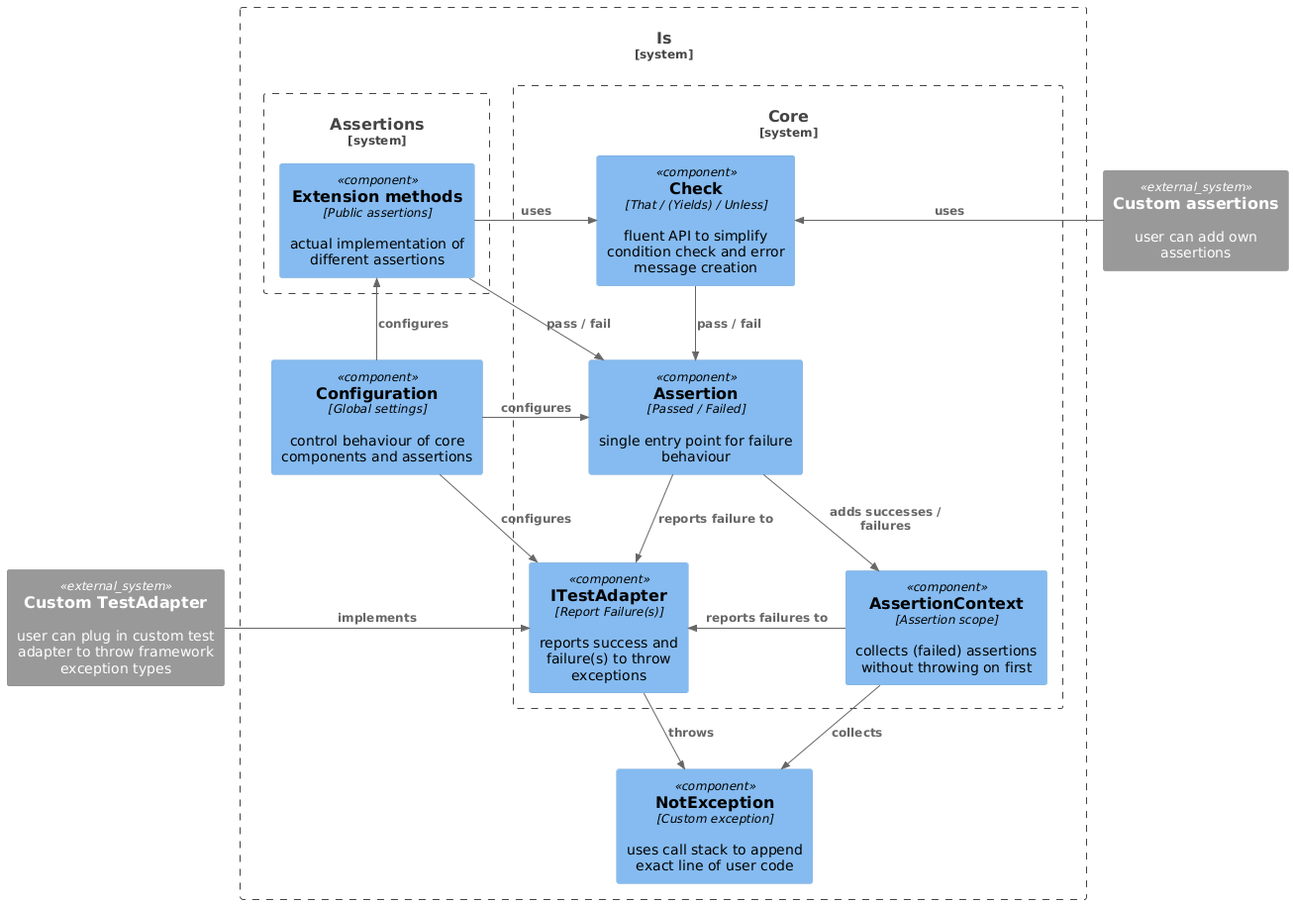
Earlier version of the PlantUML export Docs/Architecture.png (chrismo80/Is).
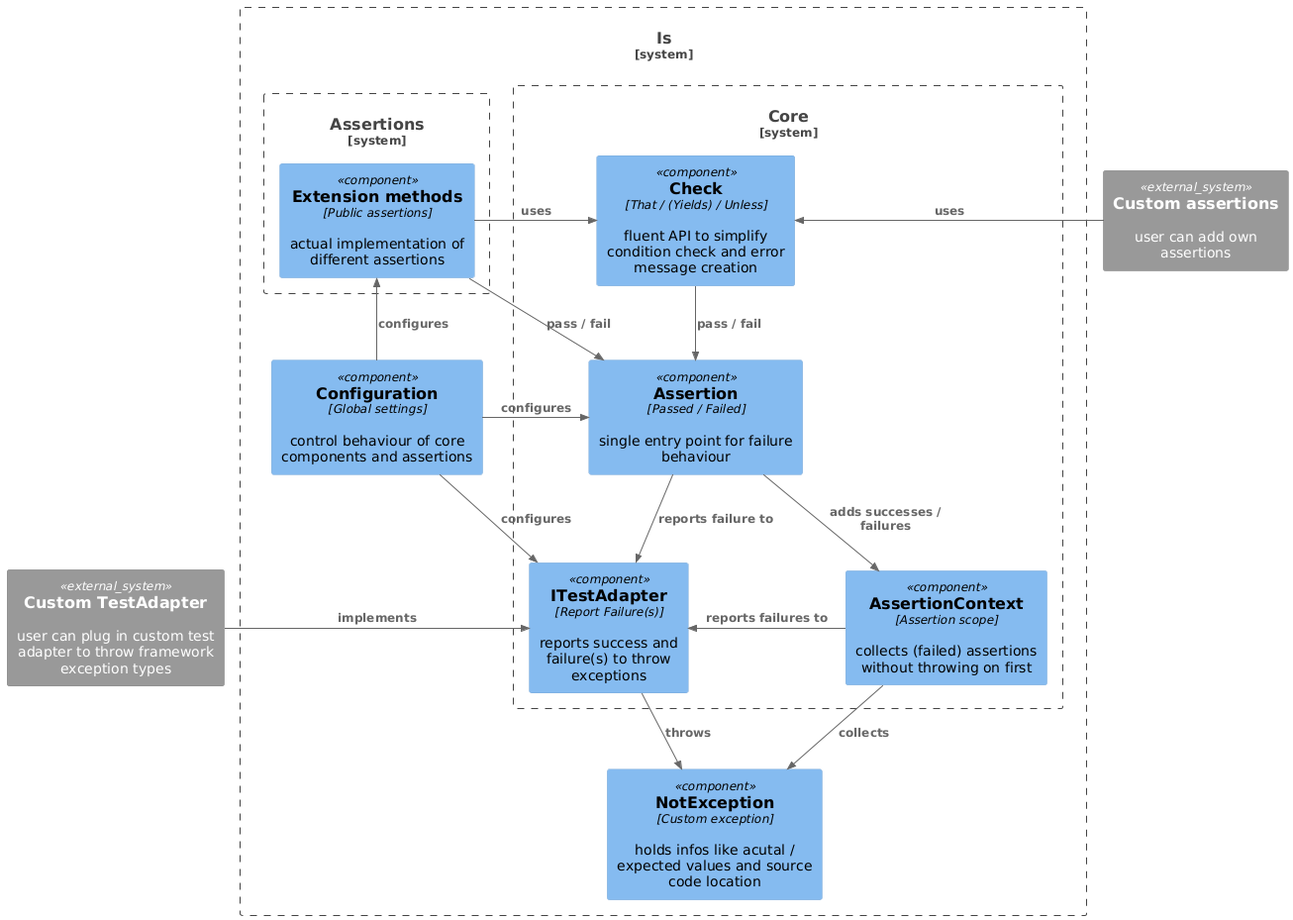
Later version of the same file.

Diff of the diagram source:
```diff
@@ -7,7 +7,7 @@
 System_Ext(cta, "Custom TestAdapter", "user can plug in custom test adapter to throw framework exception types")
 
 System_Boundary(Is, "Is") {
-    Component(ex, "NotException", "Custom exception", "uses call stack to append exact line of user code")
+    Component(ex, "NotException", "Custom exception", "holds infos like acutal / expected values and source code location")
     Component(conf, "Configuration", "Global settings", "control behaviour of core components and assertions")
 
     System_Boundary(Assertions, "Assertions") {
@@ -37,7 +37,7 @@
 Rel(check, ass, "pass / fail")
 Rel(ass, ctx, "adds successes / failures")
 
+Rel_U(conf, ext, "configures")
 Rel_R(conf, ass, "configures")
 Rel(conf, ita, "configures")
-Rel_U(conf, ext, "configures")
 @enduml
```
